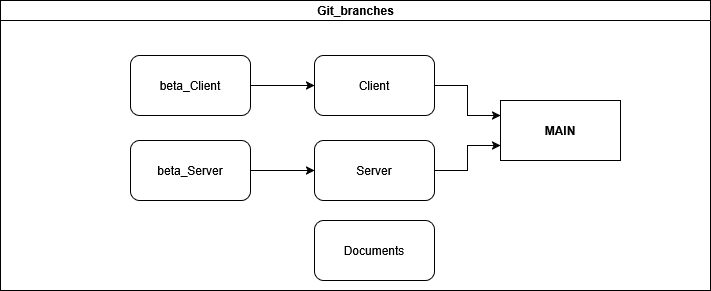
dimaan49/-TaMP-IBVJD keeps this draw.io diagram as git_branches.png. Above is the earlier version. Source tidied: cells renumbered, new cells last; positions are measured from the earlier drawing's top-left corner, leaving out a move shared by most shapes.
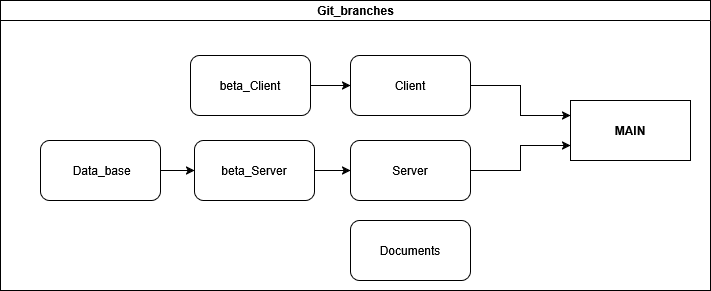
The same file after the commit.

The edit, as a diff of the source:
```diff
@@ -6,34 +6,40 @@
       <mxGeometry width="710" height="290" as="geometry" />
     </mxCell>
     <mxCell id="3" value="&lt;b&gt;MAIN&lt;/b&gt;" style="rounded=0;whiteSpace=wrap;html=1;" parent="2" vertex="1">
-      <mxGeometry x="500" y="100" width="120" height="60" as="geometry" />
+      <mxGeometry x="570" y="100" width="120" height="60" as="geometry" />
     </mxCell>
     <mxCell id="4" style="edgeStyle=orthogonalEdgeStyle;rounded=0;jettySize=auto;html=1;exitX=1;exitY=0.5;exitDx=0;exitDy=0;entryX=0;entryY=0.25;entryDx=0;entryDy=0;" parent="2" edge="1" source="5" target="3">
       <mxGeometry relative="1" as="geometry" />
     </mxCell>
     <mxCell id="5" value="Client" style="rounded=1;whiteSpace=wrap;html=1;" parent="2" vertex="1">
-      <mxGeometry x="314" y="55" width="120" height="60" as="geometry" />
+      <mxGeometry x="350" y="55" width="120" height="60" as="geometry" />
     </mxCell>
     <mxCell id="6" style="edgeStyle=orthogonalEdgeStyle;rounded=0;jettySize=auto;html=1;exitX=1;exitY=0.5;exitDx=0;exitDy=0;entryX=0;entryY=0.75;entryDx=0;entryDy=0;" parent="2" edge="1" source="7" target="3">
       <mxGeometry relative="1" as="geometry" />
     </mxCell>
     <mxCell id="7" value="Server" style="rounded=1;whiteSpace=wrap;html=1;" parent="2" vertex="1">
-      <mxGeometry x="314" y="140" width="120" height="60" as="geometry" />
+      <mxGeometry x="350" y="140" width="120" height="60" as="geometry" />
     </mxCell>
     <mxCell id="8" value="Documents" style="rounded=1;whiteSpace=wrap;html=1;" parent="2" vertex="1">
-      <mxGeometry x="314" y="220" width="120" height="60" as="geometry" />
+      <mxGeometry x="350" y="220" width="120" height="60" as="geometry" />
     </mxCell>
     <mxCell id="9" style="edgeStyle=orthogonalEdgeStyle;rounded=0;jettySize=auto;html=1;exitX=1;exitY=0.5;exitDx=0;exitDy=0;entryX=0;entryY=0.5;entryDx=0;entryDy=0;" parent="2" edge="1" source="10" target="7">
       <mxGeometry relative="1" as="geometry" />
     </mxCell>
     <mxCell id="10" value="beta_Server" style="rounded=1;whiteSpace=wrap;html=1;" parent="2" vertex="1">
-      <mxGeometry x="130" y="140" width="120" height="60" as="geometry" />
+      <mxGeometry x="194" y="140" width="120" height="60" as="geometry" />
     </mxCell>
     <mxCell id="11" style="edgeStyle=orthogonalEdgeStyle;rounded=0;jettySize=auto;html=1;exitX=1;exitY=0.5;exitDx=0;exitDy=0;entryX=0;entryY=0.5;entryDx=0;entryDy=0;" parent="2" edge="1" source="12" target="5">
       <mxGeometry relative="1" as="geometry" />
     </mxCell>
     <mxCell id="12" value="beta_Client" style="rounded=1;whiteSpace=wrap;html=1;" parent="2" vertex="1">
-      <mxGeometry x="130" y="55" width="120" height="60" as="geometry" />
+      <mxGeometry x="190" y="55" width="120" height="60" as="geometry" />
     </mxCell>
+    <mxCell id="13" style="edgeStyle=orthogonalEdgeStyle;rounded=0;jettySize=auto;html=1;exitX=1;exitY=0.5;exitDx=0;exitDy=0;entryX=0;entryY=0.5;entryDx=0;entryDy=0;" parent="2" edge="1" source="14" target="10">
+      <mxGeometry relative="1" as="geometry" />
+    </mxCell>
+    <mxCell id="14" value="&amp;nbsp;Data_base" style="rounded=1;whiteSpace=wrap;html=1;" parent="2" vertex="1">
+      <mxGeometry x="40" y="140" width="120" height="60" as="geometry" />
+    </mxCell>
   </root>
 </mxGraphModel>
```
